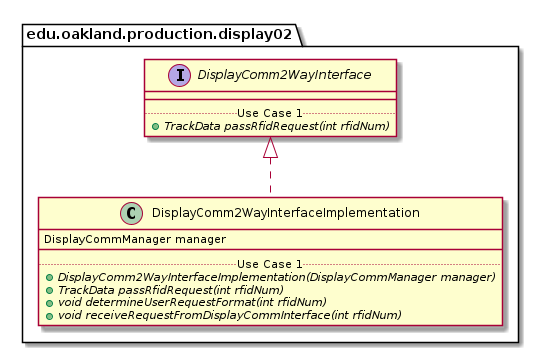
Earlier version of the PlantUML export docs/uml-class-diagrams/display02/production/DisplayComm2WayInterfaceImplementation/DisplayComm2WayInterfaceImplementation_DirectDependencies.png (andrewdimmer/csi-3370-software-project).
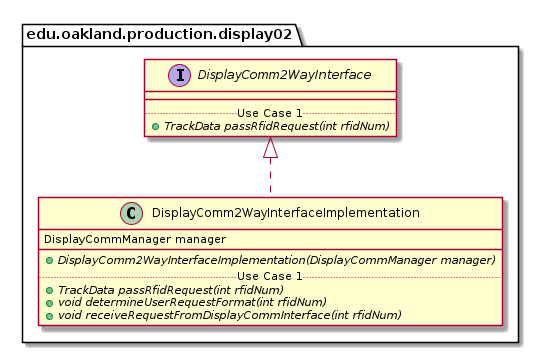
The same diagram one commit later.

Change to the diagram source:
```diff
@@ -5,8 +5,8 @@
     class DisplayComm2WayInterfaceImplementation {
         DisplayCommManager manager
         __
+        {abstract} + DisplayComm2WayInterfaceImplementation(DisplayCommManager manager)
         .. Use Case 1 ..
-        {abstract} + DisplayComm2WayInterfaceImplementation(DisplayCommManager manager)
         {abstract} + TrackData passRfidRequest(int rfidNum)
         {abstract} + void determineUserRequestFormat(int rfidNum)
         {abstract} + void receiveRequestFromDisplayCommInterface(int rfidNum)
```
